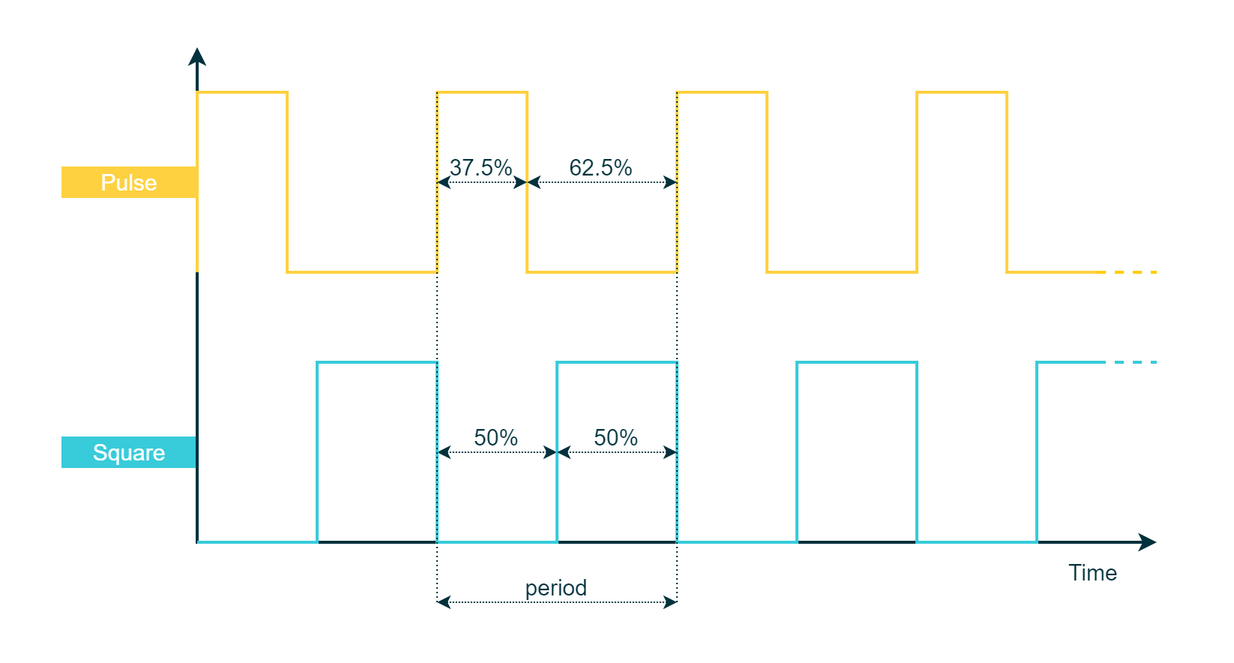
This is draw.io/PE Articles/General knowledge/Fundamentals/PWM 101 from Duty Cycle to Motor Control/Square vs pulse 2 (PE).png from PLAY-Embedded/pe_assets, a draw.io export, as it was before one commit. Source tidied: cells renumbered, new cells last; positions are measured from the earlier drawing's top-left corner, leaving out a move shared by most shapes.
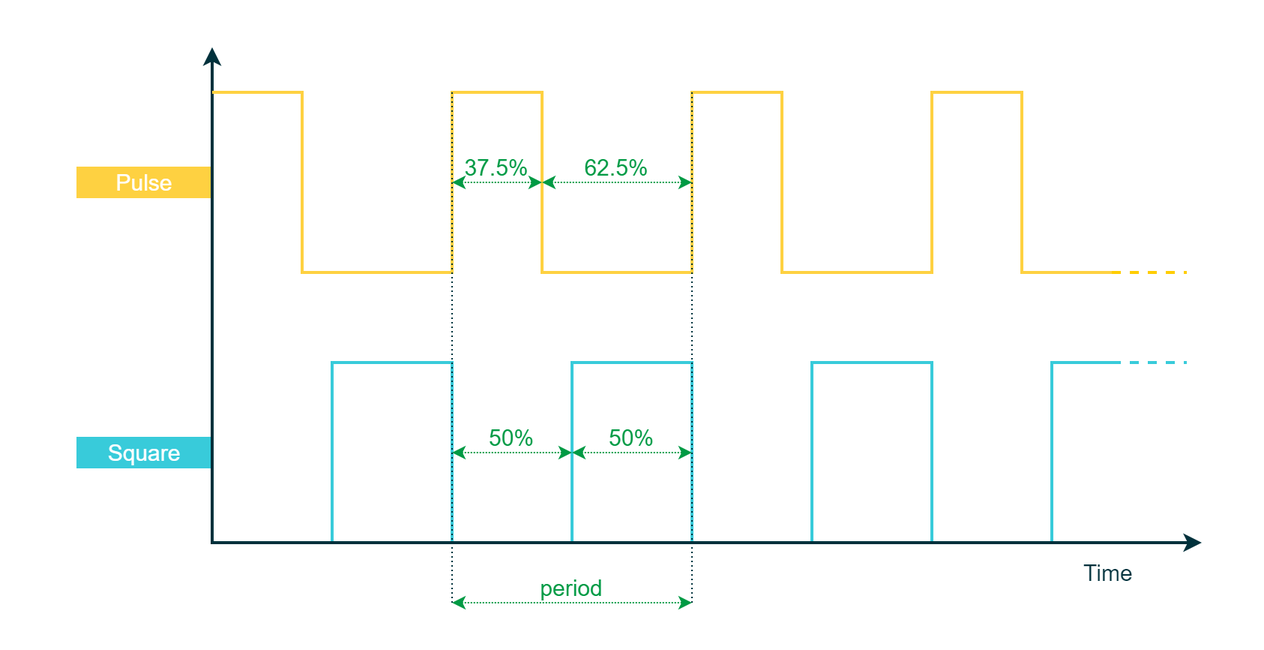
The same diagram one commit later.

Change to the diagram source:
```diff
@@ -2,18 +2,41 @@
   <root>
     <mxCell id="0" />
     <mxCell id="1" parent="0" />
+    <mxCell id="24" style="rounded=0;whiteSpace=wrap;html=1;strokeColor=#00313C;strokeWidth=2;fontFamily=Arial;fontSize=20;fontColor=#FFFFFF;fillColor=#00313C;opacity=0;" parent="1" vertex="1">
+      <mxGeometry x="-10" width="840" height="430" as="geometry" />
+    </mxCell>
+    <mxCell id="10" style="endArrow=none;html=1;rounded=0;strokeColor=#38CBDA;strokeWidth=2;fontFamily=Arial;fontSize=20;fontColor=#931241;fillColor=#38CBDA;" parent="1" edge="1">
+      <mxGeometry relative="1" as="geometry">
+        <mxPoint x="130" y="360" as="sourcePoint" />
+        <mxPoint x="730" y="240" as="targetPoint" />
+        <Array as="points">
+          <mxPoint x="130" y="360" />
+          <mxPoint x="210" y="360" />
+          <mxPoint x="210" y="240" />
+          <mxPoint x="290" y="240" />
+          <mxPoint x="290" y="360" />
+          <mxPoint x="370" y="360" />
+          <mxPoint x="370" y="240" />
+          <mxPoint x="450" y="240" />
+          <mxPoint x="450" y="360" />
+          <mxPoint x="530" y="360" />
+          <mxPoint x="530" y="240" />
+          <mxPoint x="610" y="240" />
+          <mxPoint x="610" y="360" />
+          <mxPoint x="690" y="360" />
+          <mxPoint x="690" y="240" />
+        </Array>
+      </mxGeometry>
+    </mxCell>
     <mxCell id="2" value="&lt;font style=&quot;font-size: 15px;&quot;&gt;Pulse&lt;/font&gt;" style="rounded=0;whiteSpace=wrap;html=1;fillColor=#FED141;strokeColor=#FED141;fontColor=#FFFFFF;fontSize=10;" parent="1" vertex="1">
       <mxGeometry x="40" y="110" width="90" height="20" as="geometry" />
     </mxCell>
     <mxCell id="3" value="&lt;span style=&quot;font-size: 15px;&quot;&gt;Square&lt;/span&gt;" style="rounded=0;whiteSpace=wrap;html=1;fillColor=#38CBDA;strokeColor=#38CBDA;fontColor=#FFFFFF;fontSize=10;" parent="1" vertex="1">
       <mxGeometry x="40" y="290" width="90" height="20" as="geometry" />
     </mxCell>
-    <mxCell id="4" style="rounded=0;whiteSpace=wrap;html=1;strokeColor=#00313C;strokeWidth=2;fontFamily=Arial;fontSize=20;fontColor=#FFFFFF;fillColor=#00313C;opacity=0;" parent="1" vertex="1">
-      <mxGeometry width="820" height="440" as="geometry" />
-    </mxCell>
     <mxCell id="5" style="endArrow=classic;html=1;strokeWidth=2;startArrow=classic;startFill=1;rounded=0;fontFamily=Arial;fillColor=#00313C;strokeColor=#00313C;" parent="1" edge="1">
       <mxGeometry relative="1" as="geometry">
-        <mxPoint x="770" y="360" as="sourcePoint" />
+        <mxPoint x="790" y="360" as="sourcePoint" />
         <mxPoint x="130" y="30" as="targetPoint" />
         <Array as="points">
           <mxPoint x="130" y="360" />
@@ -26,50 +49,20 @@
     <mxCell id="7" style="endArrow=none;dashed=1;html=1;labelBackgroundColor=none;strokeColor=#FFCD00;strokeWidth=2;fillColor=#FFCD00;fontFamily=Arial;fontSize=11;fontColor=#8637BA;" parent="1" edge="1">
       <mxGeometry relative="1" as="geometry">
         <mxPoint x="730" y="180" as="sourcePoint" />
-        <mxPoint x="770" y="180" as="targetPoint" />
+        <mxPoint x="780" y="180" as="targetPoint" />
       </mxGeometry>
     </mxCell>
-    <mxCell id="8" style="endArrow=classic;startArrow=classic;html=1;labelBackgroundColor=none;strokeColor=#00313C;strokeWidth=1;fillColor=#00313C;fontFamily=Arial;fontSize=8;fontColor=#0067B9;dashed=1;dashPattern=1 1;" parent="1" edge="1">
+    <mxCell id="8" style="endArrow=classic;startArrow=classic;html=1;labelBackgroundColor=none;strokeColor=#009A44;strokeWidth=1;fillColor=#009A44;fontFamily=Arial;fontSize=8;fontColor=#0067B9;dashed=1;dashPattern=1 1;" parent="1" edge="1">
       <mxGeometry relative="1" as="geometry">
         <mxPoint x="290" y="300" as="sourcePoint" />
         <mxPoint x="370" y="300" as="targetPoint" />
       </mxGeometry>
     </mxCell>
-    <mxCell id="9" style="endArrow=none;dashed=1;html=1;dashPattern=1 2;labelBackgroundColor=none;strokeColor=#00313C;strokeWidth=1;fillColor=#00313C;fontFamily=Arial;fontSize=10;fontColor=#0067B9;" parent="1" edge="1">
-      <mxGeometry relative="1" as="geometry">
-        <mxPoint x="290" y="360" as="sourcePoint" />
-        <mxPoint x="290" y="260" as="targetPoint" />
-      </mxGeometry>
-    </mxCell>
-    <mxCell id="10" style="endArrow=none;html=1;rounded=0;strokeColor=#38CBDA;strokeWidth=2;fontFamily=Arial;fontSize=20;fontColor=#931241;fillColor=#38CBDA;" parent="1" edge="1">
-      <mxGeometry relative="1" as="geometry">
-        <mxPoint x="130" y="360" as="sourcePoint" />
-        <mxPoint x="730" y="240" as="targetPoint" />
-        <Array as="points">
-          <mxPoint x="130" y="360" />
-          <mxPoint x="210" y="360" />
-          <mxPoint x="210" y="240" />
-          <mxPoint x="290" y="240" />
-          <mxPoint x="290" y="360" />
-          <mxPoint x="370" y="360" />
-          <mxPoint x="370" y="240" />
-          <mxPoint x="450" y="240" />
-          <mxPoint x="450" y="360" />
-          <mxPoint x="530" y="360" />
-          <mxPoint x="530" y="240" />
-          <mxPoint x="610" y="240" />
-          <mxPoint x="610" y="360" />
-          <mxPoint x="690" y="360" />
-          <mxPoint x="690" y="240" />
-        </Array>
-      </mxGeometry>
-    </mxCell>
     <mxCell id="11" style="endArrow=none;html=1;rounded=0;strokeColor=#FED141;strokeWidth=2;fontFamily=Arial;fontSize=20;fontColor=#931241;fillColor=#FED141;" parent="1" edge="1">
       <mxGeometry relative="1" as="geometry">
-        <mxPoint x="130" y="180" as="sourcePoint" />
+        <mxPoint x="130" y="60" as="sourcePoint" />
         <mxPoint x="730" y="180" as="targetPoint" />
         <Array as="points">
-          <mxPoint x="130" y="180" />
           <mxPoint x="130" y="60" />
           <mxPoint x="190" y="60" />
           <mxPoint x="190" y="180" />
@@ -91,7 +84,7 @@
     <mxCell id="12" style="endArrow=none;dashed=1;html=1;labelBackgroundColor=none;strokeColor=#38CBDA;strokeWidth=2;fillColor=#38CBDA;fontFamily=Arial;fontSize=11;fontColor=#8637BA;" parent="1" edge="1">
       <mxGeometry relative="1" as="geometry">
         <mxPoint x="730" y="240" as="sourcePoint" />
-        <mxPoint x="770" y="240" as="targetPoint" />
+        <mxPoint x="780" y="240" as="targetPoint" />
       </mxGeometry>
     </mxCell>
     <mxCell id="13" style="endArrow=none;dashed=1;html=1;dashPattern=1 2;labelBackgroundColor=none;strokeColor=#00313C;strokeWidth=1;fillColor=#00313C;fontFamily=Arial;fontSize=10;fontColor=#0067B9;entryX=0;entryY=1;entryDx=0;entryDy=0;" parent="1" edge="1" target="16">
@@ -104,43 +97,43 @@
         <mxPoint x="450" y="60" as="sourcePoint" />
       </mxGeometry>
     </mxCell>
-    <mxCell id="15" style="endArrow=classic;startArrow=classic;html=1;labelBackgroundColor=none;strokeColor=#00313C;strokeWidth=1;fillColor=#00313C;fontFamily=Arial;fontSize=8;fontColor=#0067B9;dashed=1;dashPattern=1 1;" parent="1" edge="1">
+    <mxCell id="15" style="endArrow=classic;startArrow=classic;html=1;labelBackgroundColor=none;strokeColor=#009A44;strokeWidth=1;fillColor=#009A44;fontFamily=Arial;fontSize=8;fontColor=#0067B9;dashed=1;dashPattern=1 1;" parent="1" edge="1">
       <mxGeometry relative="1" as="geometry">
         <mxPoint x="290" y="400" as="sourcePoint" />
         <mxPoint x="450" y="400" as="targetPoint" />
       </mxGeometry>
     </mxCell>
-    <mxCell id="16" value="&lt;font color=&quot;#00313c&quot; style=&quot;font-size: 15px;&quot;&gt;period&lt;/font&gt;" style="rounded=0;whiteSpace=wrap;html=1;strokeColor=none;strokeWidth=1;fillColor=none;fontFamily=Arial;fontSize=8;fontColor=#4DB182;align=center;" parent="1" vertex="1">
+    <mxCell id="16" value="&lt;font color=&quot;#009a44&quot; style=&quot;font-size: 15px;&quot;&gt;period&lt;/font&gt;" style="rounded=0;whiteSpace=wrap;html=1;strokeColor=none;strokeWidth=1;fillColor=none;fontFamily=Arial;fontSize=8;fontColor=#4DB182;align=center;" parent="1" vertex="1">
       <mxGeometry x="290" y="380" width="160" height="20" as="geometry" />
     </mxCell>
-    <mxCell id="17" style="endArrow=classic;startArrow=classic;html=1;labelBackgroundColor=none;strokeColor=#00313C;strokeWidth=1;fillColor=#00313C;fontFamily=Arial;fontSize=8;fontColor=#0067B9;dashed=1;dashPattern=1 1;" parent="1" edge="1">
+    <mxCell id="17" style="endArrow=classic;startArrow=classic;html=1;labelBackgroundColor=none;strokeColor=#009A44;strokeWidth=1;fillColor=#009A44;fontFamily=Arial;fontSize=8;fontColor=#0067B9;dashed=1;dashPattern=1 1;" parent="1" edge="1">
       <mxGeometry relative="1" as="geometry">
         <mxPoint x="370" y="300" as="sourcePoint" />
         <mxPoint x="450" y="300" as="targetPoint" />
       </mxGeometry>
     </mxCell>
-    <mxCell id="18" value="&lt;font color=&quot;#00313c&quot; style=&quot;font-size: 15px;&quot;&gt;50%&lt;/font&gt;" style="rounded=0;whiteSpace=wrap;html=1;strokeColor=none;strokeWidth=1;fillColor=none;fontFamily=Arial;fontSize=8;fontColor=#4DB182;align=center;" parent="1" vertex="1">
+    <mxCell id="18" value="&lt;font color=&quot;#009a44&quot; style=&quot;font-size: 15px;&quot;&gt;50%&lt;/font&gt;" style="rounded=0;whiteSpace=wrap;html=1;strokeColor=none;strokeWidth=1;fillColor=none;fontFamily=Arial;fontSize=8;fontColor=#4DB182;align=center;" parent="1" vertex="1">
       <mxGeometry x="290" y="280" width="80" height="20" as="geometry" />
     </mxCell>
-    <mxCell id="19" value="&lt;font color=&quot;#00313c&quot; style=&quot;font-size: 15px;&quot;&gt;50%&lt;/font&gt;" style="rounded=0;whiteSpace=wrap;html=1;strokeColor=none;strokeWidth=1;fillColor=none;fontFamily=Arial;fontSize=8;fontColor=#4DB182;align=center;" parent="1" vertex="1">
+    <mxCell id="19" value="&lt;font color=&quot;#009a44&quot; style=&quot;font-size: 15px;&quot;&gt;50%&lt;/font&gt;" style="rounded=0;whiteSpace=wrap;html=1;strokeColor=none;strokeWidth=1;fillColor=none;fontFamily=Arial;fontSize=8;fontColor=#4DB182;align=center;" parent="1" vertex="1">
       <mxGeometry x="370" y="280" width="80" height="20" as="geometry" />
     </mxCell>
-    <mxCell id="20" value="&lt;font color=&quot;#00313c&quot; style=&quot;font-size: 15px;&quot;&gt;37.5%&lt;/font&gt;" style="rounded=0;whiteSpace=wrap;html=1;strokeColor=none;strokeWidth=1;fillColor=none;fontFamily=Arial;fontSize=8;fontColor=#4DB182;align=center;" parent="1" vertex="1">
+    <mxCell id="20" value="&lt;font color=&quot;#009a44&quot; style=&quot;font-size: 15px;&quot;&gt;37.5%&lt;/font&gt;" style="rounded=0;whiteSpace=wrap;html=1;strokeColor=none;strokeWidth=1;fillColor=none;fontFamily=Arial;fontSize=8;fontColor=#4DB182;align=center;" parent="1" vertex="1">
       <mxGeometry x="290" y="100" width="60" height="20" as="geometry" />
     </mxCell>
-    <mxCell id="21" style="endArrow=classic;startArrow=classic;html=1;labelBackgroundColor=none;strokeColor=#00313C;strokeWidth=1;fillColor=#00313C;fontFamily=Arial;fontSize=8;fontColor=#0067B9;dashed=1;dashPattern=1 1;" parent="1" edge="1">
+    <mxCell id="21" style="endArrow=classic;startArrow=classic;html=1;labelBackgroundColor=none;strokeColor=#009A44;strokeWidth=1;fillColor=#009A44;fontFamily=Arial;fontSize=8;fontColor=#0067B9;dashed=1;dashPattern=1 1;" parent="1" edge="1">
       <mxGeometry relative="1" as="geometry">
         <mxPoint x="290" y="120" as="sourcePoint" />
         <mxPoint x="350" y="120" as="targetPoint" />
       </mxGeometry>
     </mxCell>
-    <mxCell id="22" style="endArrow=classic;startArrow=classic;html=1;labelBackgroundColor=none;strokeColor=#00313C;strokeWidth=1;fillColor=#00313C;fontFamily=Arial;fontSize=8;fontColor=#0067B9;dashed=1;dashPattern=1 1;" parent="1" edge="1">
+    <mxCell id="22" style="endArrow=classic;startArrow=classic;html=1;labelBackgroundColor=none;strokeColor=#009A44;strokeWidth=1;fillColor=#009A44;fontFamily=Arial;fontSize=8;fontColor=#0067B9;dashed=1;dashPattern=1 1;" parent="1" edge="1">
       <mxGeometry relative="1" as="geometry">
         <mxPoint x="350" y="120" as="sourcePoint" />
         <mxPoint x="450" y="120" as="targetPoint" />
       </mxGeometry>
     </mxCell>
-    <mxCell id="23" value="&lt;font color=&quot;#00313c&quot; style=&quot;font-size: 15px;&quot;&gt;62.5%&lt;/font&gt;" style="rounded=0;whiteSpace=wrap;html=1;strokeColor=none;strokeWidth=1;fillColor=none;fontFamily=Arial;fontSize=8;fontColor=#4DB182;align=center;" parent="1" vertex="1">
+    <mxCell id="23" value="&lt;font color=&quot;#009a44&quot; style=&quot;font-size: 15px;&quot;&gt;62.5%&lt;/font&gt;" style="rounded=0;whiteSpace=wrap;html=1;strokeColor=none;strokeWidth=1;fillColor=none;fontFamily=Arial;fontSize=8;fontColor=#4DB182;align=center;" parent="1" vertex="1">
       <mxGeometry x="350" y="100" width="100" height="20" as="geometry" />
     </mxCell>
   </root>
```
